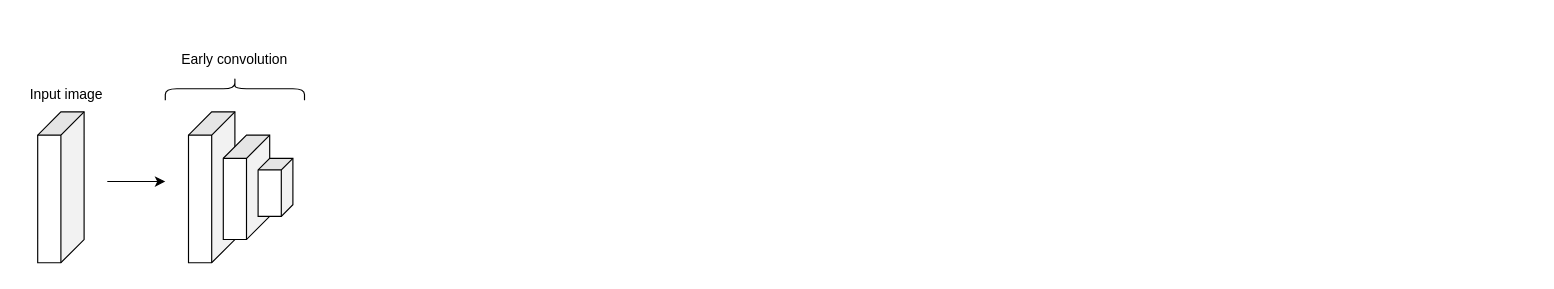
Earlier version of the draw.io diagram proposed_network.drawio (semihhdemirel/semihhdemirel). Source tidied: cells renumbered, new cells numbered last; positions are measured from the earlier drawing's top-left corner, leaving out a move shared by most shapes. Both pictures are drawn from the tidied source at 116%, with x=0, y=0 at pixel (26, 19).
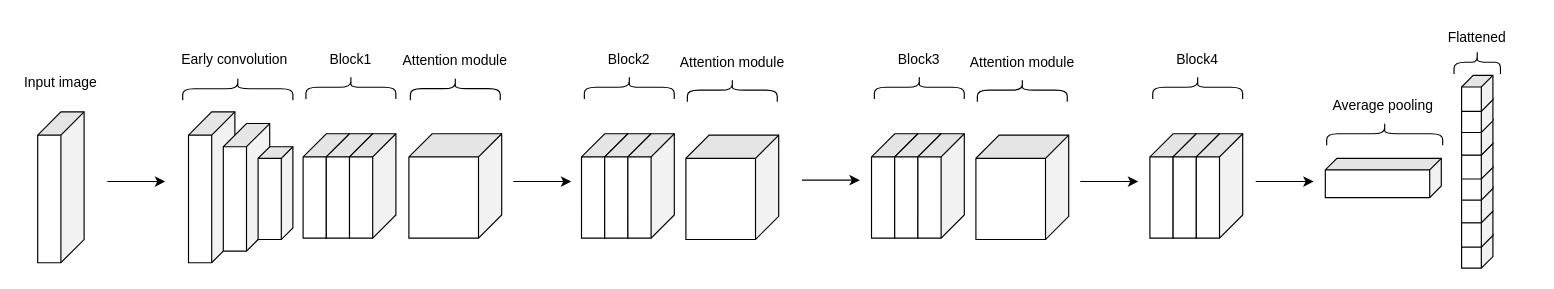
The same page after the edit.

Diff of the diagram source:
```diff
@@
     <mxCell id="3" value="Input image" style="text;html=1;align=center;verticalAlign=middle;whiteSpace=wrap;rounded=0;" parent="1" vertex="1">
-      <mxGeometry y="50" width="70" height="30" as="geometry" />
+      <mxGeometry x="-5" y="40" width="70" height="30" as="geometry" />
     </mxCell>
@@
     <mxCell id="6" style="shape=cube;whiteSpace=wrap;html=1;boundedLbl=1;backgroundOutline=1;darkOpacity=0.05;darkOpacity2=0.1;direction=south;" parent="1" vertex="1">
-      <mxGeometry x="170" y="100" width="40" height="90" as="geometry" />
+      <mxGeometry x="170" y="90" width="40" height="110" as="geometry" />
     </mxCell>
     <mxCell id="7" style="shape=cube;whiteSpace=wrap;html=1;boundedLbl=1;backgroundOutline=1;darkOpacity=0.05;darkOpacity2=0.1;direction=south;size=10;" parent="1" vertex="1">
-      <mxGeometry x="200" y="120" width="30" height="50" as="geometry" />
+      <mxGeometry x="200" y="110" width="30" height="80" as="geometry" />
     </mxCell>
     <mxCell id="8" style="shape=curlyBracket;whiteSpace=wrap;html=1;rounded=1;flipH=1;labelPosition=right;verticalLabelPosition=middle;align=left;verticalAlign=middle;rotation=-90;" parent="1" vertex="1">
-      <mxGeometry x="170" width="20" height="120" as="geometry" />
+      <mxGeometry x="172.5" y="12.5" width="20" height="95" as="geometry" />
     </mxCell>
@@
+    <mxCell id="10" style="shape=cube;whiteSpace=wrap;html=1;boundedLbl=1;backgroundOutline=1;darkOpacity=0.05;darkOpacity2=0.1;direction=south;" parent="1" vertex="1">
+      <mxGeometry x="238.8" y="98.8" width="40" height="90" as="geometry" />
+    </mxCell>
+    <mxCell id="11" style="shape=cube;whiteSpace=wrap;html=1;boundedLbl=1;backgroundOutline=1;darkOpacity=0.05;darkOpacity2=0.1;direction=south;" parent="1" vertex="1">
+      <mxGeometry x="258.8" y="98.8" width="40" height="90" as="geometry" />
+    </mxCell>
+    <mxCell id="12" style="shape=cube;whiteSpace=wrap;html=1;boundedLbl=1;backgroundOutline=1;darkOpacity=0.05;darkOpacity2=0.1;direction=south;" parent="1" vertex="1">
+      <mxGeometry x="278.8" y="98.8" width="40" height="90" as="geometry" />
+    </mxCell>
+    <mxCell id="13" style="shape=curlyBracket;whiteSpace=wrap;html=1;rounded=1;flipH=1;labelPosition=right;verticalLabelPosition=middle;align=left;verticalAlign=middle;rotation=-90;" parent="1" vertex="1">
+      <mxGeometry x="270" y="20" width="20" height="77.5" as="geometry" />
+    </mxCell>
+    <mxCell id="14" value="Block1" style="text;html=1;align=center;verticalAlign=middle;whiteSpace=wrap;rounded=0;" parent="1" vertex="1">
+      <mxGeometry x="230" y="20" width="100" height="30" as="geometry" />
+    </mxCell>
+    <mxCell id="15" style="shape=cube;whiteSpace=wrap;html=1;boundedLbl=1;backgroundOutline=1;darkOpacity=0.05;darkOpacity2=0.1;direction=south;" parent="1" vertex="1">
+      <mxGeometry x="330" y="98.8" width="80" height="90" as="geometry" />
+    </mxCell>
+    <mxCell id="16" style="shape=curlyBracket;whiteSpace=wrap;html=1;rounded=1;flipH=1;labelPosition=right;verticalLabelPosition=middle;align=left;verticalAlign=middle;rotation=-90;" parent="1" vertex="1">
+      <mxGeometry x="360" y="21.2" width="20" height="77.5" as="geometry" />
+    </mxCell>
+    <mxCell id="17" value="Attention module" style="text;html=1;align=center;verticalAlign=middle;whiteSpace=wrap;rounded=0;" parent="1" vertex="1">
+      <mxGeometry x="320" y="21.2" width="100" height="30" as="geometry" />
+    </mxCell>
+    <mxCell id="18" style="endArrow=classic;html=1;rounded=0;" parent="1" edge="1">
+      <mxGeometry relative="1" as="geometry">
+        <mxPoint x="420" y="140" as="sourcePoint" />
+        <mxPoint x="470" y="140" as="targetPoint" />
+      </mxGeometry>
+    </mxCell>
+    <mxCell id="19" style="shape=cube;whiteSpace=wrap;html=1;boundedLbl=1;backgroundOutline=1;darkOpacity=0.05;darkOpacity2=0.1;direction=south;" parent="1" vertex="1">
+      <mxGeometry x="478.8" y="98.8" width="40" height="90" as="geometry" />
+    </mxCell>
+    <mxCell id="20" style="shape=cube;whiteSpace=wrap;html=1;boundedLbl=1;backgroundOutline=1;darkOpacity=0.05;darkOpacity2=0.1;direction=south;" parent="1" vertex="1">
+      <mxGeometry x="498.8" y="98.8" width="40" height="90" as="geometry" />
+    </mxCell>
+    <mxCell id="21" style="shape=cube;whiteSpace=wrap;html=1;boundedLbl=1;backgroundOutline=1;darkOpacity=0.05;darkOpacity2=0.1;direction=south;" parent="1" vertex="1">
+      <mxGeometry x="518.8" y="98.8" width="40" height="90" as="geometry" />
+    </mxCell>
+    <mxCell id="22" style="shape=curlyBracket;whiteSpace=wrap;html=1;rounded=1;flipH=1;labelPosition=right;verticalLabelPosition=middle;align=left;verticalAlign=middle;rotation=-90;" parent="1" vertex="1">
+      <mxGeometry x="510" y="20" width="20" height="77.5" as="geometry" />
+    </mxCell>
+    <mxCell id="23" value="Block2" style="text;html=1;align=center;verticalAlign=middle;whiteSpace=wrap;rounded=0;" parent="1" vertex="1">
+      <mxGeometry x="470" y="20" width="100" height="30" as="geometry" />
+    </mxCell>
+    <mxCell id="24" style="shape=cube;whiteSpace=wrap;html=1;boundedLbl=1;backgroundOutline=1;darkOpacity=0.05;darkOpacity2=0.1;direction=south;" parent="1" vertex="1">
+      <mxGeometry x="568.8" y="100" width="80" height="90" as="geometry" />
+    </mxCell>
+    <mxCell id="25" style="shape=curlyBracket;whiteSpace=wrap;html=1;rounded=1;flipH=1;labelPosition=right;verticalLabelPosition=middle;align=left;verticalAlign=middle;rotation=-90;" parent="1" vertex="1">
+      <mxGeometry x="598.8" y="22.5" width="20" height="77.5" as="geometry" />
+    </mxCell>
+    <mxCell id="26" value="Attention module" style="text;html=1;align=center;verticalAlign=middle;whiteSpace=wrap;rounded=0;" parent="1" vertex="1">
+      <mxGeometry x="558.8" y="22.5" width="100" height="30" as="geometry" />
+    </mxCell>
+    <mxCell id="27" style="endArrow=classic;html=1;rounded=0;" parent="1" edge="1">
+      <mxGeometry relative="1" as="geometry">
+        <mxPoint x="668.8" y="138.8" as="sourcePoint" />
+        <mxPoint x="718.8" y="138.8" as="targetPoint" />
+      </mxGeometry>
+    </mxCell>
+    <mxCell id="28" style="shape=cube;whiteSpace=wrap;html=1;boundedLbl=1;backgroundOutline=1;darkOpacity=0.05;darkOpacity2=0.1;direction=south;" parent="1" vertex="1">
+      <mxGeometry x="728.8" y="98.8" width="40" height="90" as="geometry" />
+    </mxCell>
+    <mxCell id="29" style="shape=cube;whiteSpace=wrap;html=1;boundedLbl=1;backgroundOutline=1;darkOpacity=0.05;darkOpacity2=0.1;direction=south;" parent="1" vertex="1">
+      <mxGeometry x="748.8" y="98.8" width="40" height="90" as="geometry" />
+    </mxCell>
+    <mxCell id="30" style="shape=cube;whiteSpace=wrap;html=1;boundedLbl=1;backgroundOutline=1;darkOpacity=0.05;darkOpacity2=0.1;direction=south;" parent="1" vertex="1">
+      <mxGeometry x="768.8" y="98.8" width="40" height="90" as="geometry" />
+    </mxCell>
+    <mxCell id="31" style="shape=curlyBracket;whiteSpace=wrap;html=1;rounded=1;flipH=1;labelPosition=right;verticalLabelPosition=middle;align=left;verticalAlign=middle;rotation=-90;" parent="1" vertex="1">
+      <mxGeometry x="760" y="20" width="20" height="77.5" as="geometry" />
+    </mxCell>
+    <mxCell id="32" value="Block3" style="text;html=1;align=center;verticalAlign=middle;whiteSpace=wrap;rounded=0;" parent="1" vertex="1">
+      <mxGeometry x="720" y="20" width="100" height="30" as="geometry" />
+    </mxCell>
+    <mxCell id="33" style="shape=cube;whiteSpace=wrap;html=1;boundedLbl=1;backgroundOutline=1;darkOpacity=0.05;darkOpacity2=0.1;direction=south;" parent="1" vertex="1">
+      <mxGeometry x="818.8" y="100" width="80" height="90" as="geometry" />
+    </mxCell>
+    <mxCell id="34" style="shape=curlyBracket;whiteSpace=wrap;html=1;rounded=1;flipH=1;labelPosition=right;verticalLabelPosition=middle;align=left;verticalAlign=middle;rotation=-90;" parent="1" vertex="1">
+      <mxGeometry x="848.8" y="22.5" width="20" height="77.5" as="geometry" />
+    </mxCell>
+    <mxCell id="35" value="Attention module" style="text;html=1;align=center;verticalAlign=middle;whiteSpace=wrap;rounded=0;" parent="1" vertex="1">
+      <mxGeometry x="808.8" y="22.5" width="100" height="30" as="geometry" />
+    </mxCell>
+    <mxCell id="36" style="endArrow=classic;html=1;rounded=0;" parent="1" edge="1">
+      <mxGeometry relative="1" as="geometry">
+        <mxPoint x="908.8" y="140" as="sourcePoint" />
+        <mxPoint x="958.8" y="140" as="targetPoint" />
+      </mxGeometry>
+    </mxCell>
+    <mxCell id="37" style="shape=cube;whiteSpace=wrap;html=1;boundedLbl=1;backgroundOutline=1;darkOpacity=0.05;darkOpacity2=0.1;direction=south;" parent="1" vertex="1">
+      <mxGeometry x="968.8" y="98.8" width="40" height="90" as="geometry" />
+    </mxCell>
+    <mxCell id="38" style="shape=cube;whiteSpace=wrap;html=1;boundedLbl=1;backgroundOutline=1;darkOpacity=0.05;darkOpacity2=0.1;direction=south;" parent="1" vertex="1">
+      <mxGeometry x="988.8" y="98.8" width="40" height="90" as="geometry" />
+    </mxCell>
+    <mxCell id="39" style="shape=cube;whiteSpace=wrap;html=1;boundedLbl=1;backgroundOutline=1;darkOpacity=0.05;darkOpacity2=0.1;direction=south;" parent="1" vertex="1">
+      <mxGeometry x="1008.8" y="98.8" width="40" height="90" as="geometry" />
+    </mxCell>
+    <mxCell id="40" style="shape=curlyBracket;whiteSpace=wrap;html=1;rounded=1;flipH=1;labelPosition=right;verticalLabelPosition=middle;align=left;verticalAlign=middle;rotation=-90;" parent="1" vertex="1">
+      <mxGeometry x="1000" y="20" width="20" height="77.5" as="geometry" />
+    </mxCell>
+    <mxCell id="41" value="Block4" style="text;html=1;align=center;verticalAlign=middle;whiteSpace=wrap;rounded=0;" parent="1" vertex="1">
+      <mxGeometry x="960" y="20" width="100" height="30" as="geometry" />
+    </mxCell>
+    <mxCell id="42" style="shape=cube;whiteSpace=wrap;html=1;boundedLbl=1;backgroundOutline=1;darkOpacity=0.05;darkOpacity2=0.1;size=10;direction=south;" parent="1" vertex="1">
+      <mxGeometry x="1120" y="120" width="100" height="33.8" as="geometry" />
+    </mxCell>
+    <mxCell id="43" style="endArrow=classic;html=1;rounded=0;" parent="1" edge="1">
+      <mxGeometry relative="1" as="geometry">
+        <mxPoint x="1060" y="140" as="sourcePoint" />
+        <mxPoint x="1110" y="140" as="targetPoint" />
+      </mxGeometry>
+    </mxCell>
+    <mxCell id="44" style="shape=curlyBracket;whiteSpace=wrap;html=1;rounded=1;flipH=1;labelPosition=right;verticalLabelPosition=middle;align=left;verticalAlign=middle;rotation=-90;" parent="1" vertex="1">
+      <mxGeometry x="1161.2" y="48.8" width="20" height="100" as="geometry" />
+    </mxCell>
+    <mxCell id="45" value="Average pooling" style="text;html=1;align=center;verticalAlign=middle;whiteSpace=wrap;rounded=0;" parent="1" vertex="1">
+      <mxGeometry x="1120" y="60" width="100" height="30" as="geometry" />
+    </mxCell>
+    <mxCell id="46" style="shape=cube;whiteSpace=wrap;html=1;boundedLbl=1;backgroundOutline=1;darkOpacity=0.05;darkOpacity2=0.1;size=10;direction=south;" parent="1" vertex="1">
+      <mxGeometry x="1237.5" y="185.5" width="27" height="29.2" as="geometry" />
+    </mxCell>
+    <mxCell id="47" style="shape=cube;whiteSpace=wrap;html=1;boundedLbl=1;backgroundOutline=1;darkOpacity=0.05;darkOpacity2=0.1;size=10;direction=south;" parent="1" vertex="1">
+      <mxGeometry x="1237.5" y="165.5" width="27" height="31" as="geometry" />
+    </mxCell>
+    <mxCell id="48" style="shape=cube;whiteSpace=wrap;html=1;boundedLbl=1;backgroundOutline=1;darkOpacity=0.05;darkOpacity2=0.1;size=10;direction=south;" parent="1" vertex="1">
+      <mxGeometry x="1237.5" y="144.5" width="27" height="31" as="geometry" />
+    </mxCell>
+    <mxCell id="49" style="shape=cube;whiteSpace=wrap;html=1;boundedLbl=1;backgroundOutline=1;darkOpacity=0.05;darkOpacity2=0.1;size=10;direction=south;" parent="1" vertex="1">
+      <mxGeometry x="1237.5" y="126.8" width="27" height="29.2" as="geometry" />
+    </mxCell>
+    <mxCell id="50" style="shape=cube;whiteSpace=wrap;html=1;boundedLbl=1;backgroundOutline=1;darkOpacity=0.05;darkOpacity2=0.1;size=10;direction=south;" parent="1" vertex="1">
+      <mxGeometry x="1237.5" y="106.8" width="27" height="31" as="geometry" />
+    </mxCell>
+    <mxCell id="51" style="shape=cube;whiteSpace=wrap;html=1;boundedLbl=1;backgroundOutline=1;darkOpacity=0.05;darkOpacity2=0.1;size=10;direction=south;" parent="1" vertex="1">
+      <mxGeometry x="1237.5" y="86.2" width="27" height="31" as="geometry" />
+    </mxCell>
+    <mxCell id="52" style="shape=cube;whiteSpace=wrap;html=1;boundedLbl=1;backgroundOutline=1;darkOpacity=0.05;darkOpacity2=0.1;size=10;direction=south;" parent="1" vertex="1">
+      <mxGeometry x="1237.5" y="68.5" width="27" height="29.2" as="geometry" />
+    </mxCell>
+    <mxCell id="53" style="shape=cube;whiteSpace=wrap;html=1;boundedLbl=1;backgroundOutline=1;darkOpacity=0.05;darkOpacity2=0.1;size=10;direction=south;" parent="1" vertex="1">
+      <mxGeometry x="1237.5" y="48.5" width="27" height="31" as="geometry" />
+    </mxCell>
+    <mxCell id="54" style="shape=curlyBracket;whiteSpace=wrap;html=1;rounded=1;flipH=1;labelPosition=right;verticalLabelPosition=middle;align=left;verticalAlign=middle;rotation=-90;" parent="1" vertex="1">
+      <mxGeometry x="1241" y="17.2" width="20" height="40" as="geometry" />
+    </mxCell>
+    <mxCell id="55" value="Flattened" style="text;html=1;align=center;verticalAlign=middle;whiteSpace=wrap;rounded=0;" parent="1" vertex="1">
+      <mxGeometry x="1201" y="1" width="100" height="30" as="geometry" />
+    </mxCell>
```
